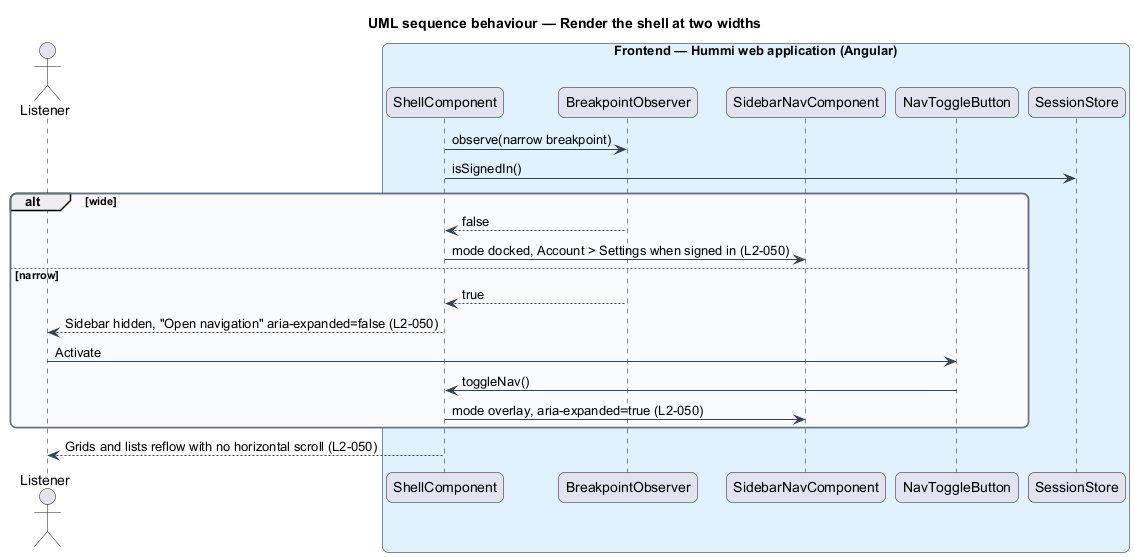
Above: docs/detailed-designs/interface/responsive-shell/diagrams/sequence-shell.png in QuinntyneBrown/hummi (PlantUML), before the change. Its diagram source:
```plantuml
@startuml
title UML sequence behaviour — Render the shell at two widths
skinparam backgroundColor #FFFFFF
skinparam shadowing false
skinparam roundcorner 12
skinparam defaultFontName Arial
skinparam ArrowColor #344054
skinparam rectangle {
  BorderColor #344054
  FontColor #101828
}
skinparam package {
  BorderColor #667085
  FontColor #101828
  BackgroundColor #F9FAFB
}
actor "Listener" as u
box "Frontend — Hummi web application (Angular)" #E0F2FE
  participant "ShellComponent" as shell
  participant "BreakpointObserver" as bp
  participant "SidebarNavComponent" as nav
  participant "NavToggleButton" as toggle
  participant "SessionStore" as session
end box
shell -> bp : observe(narrow breakpoint)
shell -> session : isSignedIn()
alt wide
  bp --> shell : false
  shell -> nav : mode docked, Account > Settings when signed in (L2-050)
else narrow
  bp --> shell : true
  shell --> u : Sidebar hidden, "Open navigation" aria-expanded=false (L2-050)
  u -> toggle : Activate
  toggle -> shell : toggleNav()
  shell -> nav : mode overlay, aria-expanded=true (L2-050)
end
shell --> u : Grids and lists reflow with no horizontal scroll (L2-050)
@enduml
```
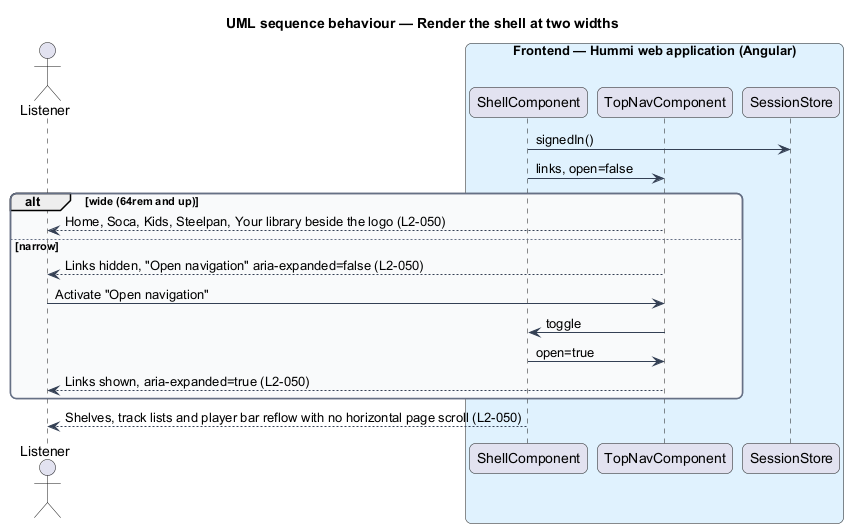
The same file after the commit.

What changed in the source:
```diff
@@ -17,22 +17,19 @@
 actor "Listener" as u
 box "Frontend — Hummi web application (Angular)" #E0F2FE
   participant "ShellComponent" as shell
-  participant "BreakpointObserver" as bp
-  participant "SidebarNavComponent" as nav
-  participant "NavToggleButton" as toggle
+  participant "TopNavComponent" as nav
   participant "SessionStore" as session
 end box
-shell -> bp : observe(narrow breakpoint)
-shell -> session : isSignedIn()
-alt wide
-  bp --> shell : false
-  shell -> nav : mode docked, Account > Settings when signed in (L2-050)
+shell -> session : signedIn()
+shell -> nav : links, open=false
+alt wide (64rem and up)
+  nav --> u : Home, Soca, Kids, Steelpan, Your library beside the logo (L2-050)
 else narrow
-  bp --> shell : true
-  shell --> u : Sidebar hidden, "Open navigation" aria-expanded=false (L2-050)
-  u -> toggle : Activate
-  toggle -> shell : toggleNav()
-  shell -> nav : mode overlay, aria-expanded=true (L2-050)
+  nav --> u : Links hidden, "Open navigation" aria-expanded=false (L2-050)
+  u -> nav : Activate "Open navigation"
+  nav -> shell : toggle
+  shell -> nav : open=true
+  nav --> u : Links shown, aria-expanded=true (L2-050)
 end
-shell --> u : Grids and lists reflow with no horizontal scroll (L2-050)
+shell --> u : Shelves, track lists and player bar reflow with no horizontal page scroll (L2-050)
 @enduml
```
